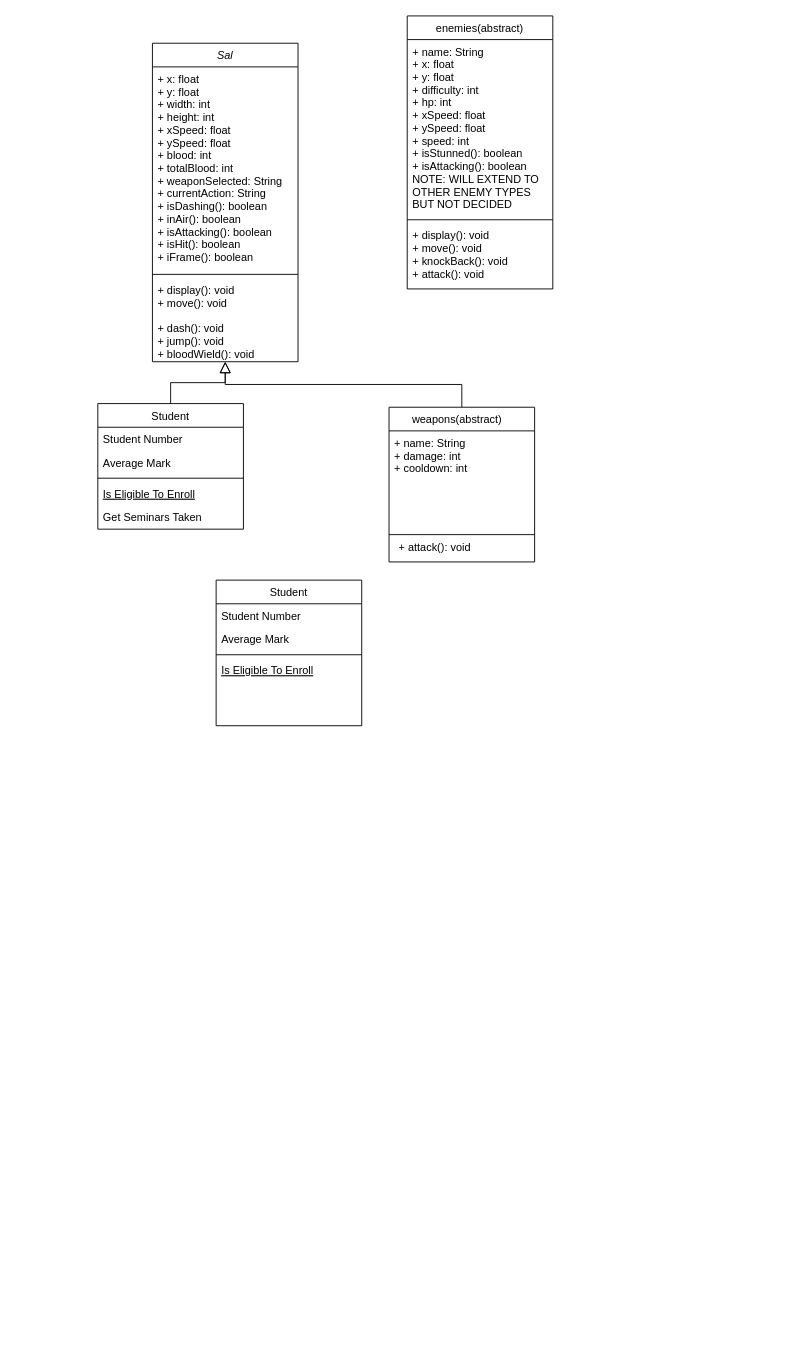
Earlier version of the draw.io diagram Untitled Diagram.drawio (fugu2000/sanguinize). Source tidied: cells renumbered, new cells numbered last; positions are measured from the earlier drawing's top-left corner, leaving out a move shared by most shapes. Both pictures are drawn from the tidied source at 91%, with x=0, y=0 at pixel (97, 15).
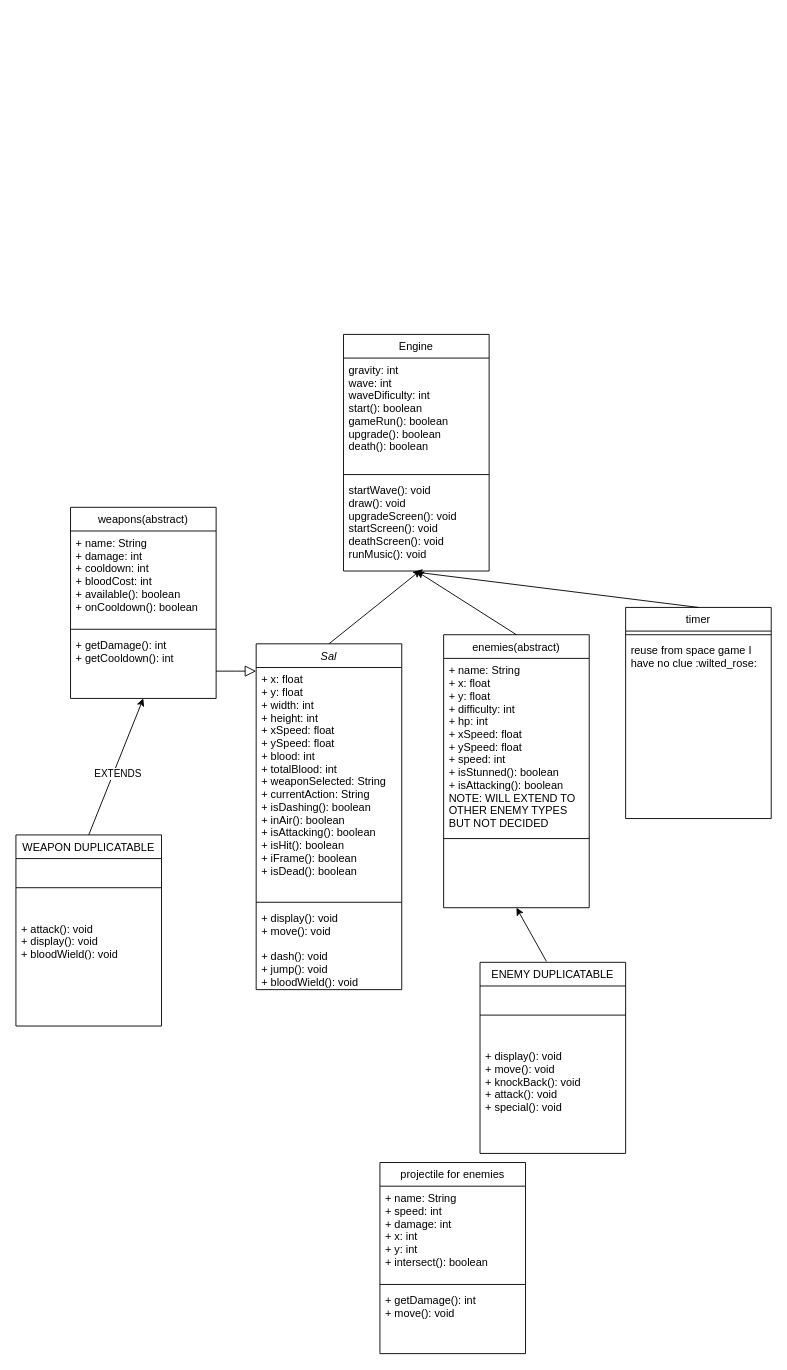
After the change.

What changed in the source:
```diff
@@
     <mxCell id="2" value="Sal" style="swimlane;fontStyle=2;align=center;verticalAlign=top;horizontal=1;startSize=26;rounded=0;shadow=0;strokeWidth=1;" parent="1" vertex="1">
-      <mxGeometry x="60" y="30" width="160" height="350" as="geometry" />
+      <mxGeometry x="174" y="690" width="160" height="380" as="geometry" />
     </mxCell>
-    <mxCell id="3" value="+ x: float&#10;+ y: float&#10;+ width: int&#10;+ height: int&#10;+ xSpeed: float&#10;+ ySpeed: float&#10;+ blood: int&#10;+ totalBlood: int&#10;+ weaponSelected: String&#10;+ currentAction: String&#10;+ isDashing(): boolean&#10;+ inAir(): boolean&#10;+ isAttacking(): boolean&#10;+ isHit(): boolean&#10;+ iFrame(): boolean&#10;&#10;" style="text;align=left;verticalAlign=top;spacingLeft=4;spacingRight=4;overflow=hidden;" parent="2" vertex="1">
-      <mxGeometry y="26" width="160" height="224" as="geometry" />
+    <mxCell id="3" value="+ x: float&#10;+ y: float&#10;+ width: int&#10;+ height: int&#10;+ xSpeed: float&#10;+ ySpeed: float&#10;+ blood: int&#10;+ totalBlood: int&#10;+ weaponSelected: String&#10;+ currentAction: String&#10;+ isDashing(): boolean&#10;+ inAir(): boolean&#10;+ isAttacking(): boolean&#10;+ isHit(): boolean&#10;+ iFrame(): boolean&#10;+ isDead(): boolean&#10;" style="text;align=left;verticalAlign=top;spacingLeft=4;spacingRight=4;overflow=hidden;" parent="2" vertex="1">
+      <mxGeometry y="26" width="160" height="254" as="geometry" />
     </mxCell>
     <mxCell id="4" style="line;html=1;strokeWidth=1;align=left;verticalAlign=middle;spacingTop=-1;spacingLeft=3;spacingRight=3;labelPosition=right;" parent="2" vertex="1">
-      <mxGeometry y="250" width="160" height="8" as="geometry" />
+      <mxGeometry y="280" width="160" height="8" as="geometry" />
     </mxCell>
     <mxCell id="5" value="+ display(): void&#10;+ move(): void&#10;&#10;+ dash(): void&#10;+ jump(): void&#10;+ bloodWield(): void" style="text;align=left;verticalAlign=top;spacingLeft=4;spacingRight=4;overflow=hidden;" parent="2" vertex="1">
-      <mxGeometry y="258" width="160" height="92" as="geometry" />
+      <mxGeometry y="288" width="160" height="92" as="geometry" />
     </mxCell>
-    <mxCell id="6" value="Student" style="swimlane;fontStyle=0;align=center;verticalAlign=top;horizontal=1;startSize=26;rounded=0;shadow=0;strokeWidth=1;" parent="1" vertex="1">
-      <mxGeometry y="426" width="160" height="138" as="geometry" />
+    <mxCell id="6" value="weapons(abstract)" style="swimlane;fontStyle=0;align=center;verticalAlign=top;horizontal=1;startSize=26;rounded=0;shadow=0;strokeWidth=1;" parent="1" vertex="1">
+      <mxGeometry x="-30" y="540" width="160" height="210" as="geometry" />
     </mxCell>
-    <mxCell id="7" value="Student Number" style="text;align=left;verticalAlign=top;spacingLeft=4;spacingRight=4;overflow=hidden;" parent="6" vertex="1">
-      <mxGeometry y="26" width="160" height="26" as="geometry" />
+    <mxCell id="7" value="+ name: String&#10;+ damage: int&#10;+ cooldown: int&#10;+ bloodCost: int&#10;+ available(): boolean&#10;+ onCooldown(): boolean" style="text;align=left;verticalAlign=top;spacingLeft=4;spacingRight=4;overflow=hidden;" parent="6" vertex="1">
+      <mxGeometry y="26" width="160" height="104" as="geometry" />
     </mxCell>
-    <mxCell id="8" value="Average Mark" style="text;align=left;verticalAlign=top;spacingLeft=4;spacingRight=4;overflow=hidden;rounded=0;shadow=0;html=0;" parent="6" vertex="1">
-      <mxGeometry y="52" width="160" height="26" as="geometry" />
-    </mxCell>
     <mxCell id="9" style="line;html=1;strokeWidth=1;align=left;verticalAlign=middle;spacingTop=-1;spacingLeft=3;spacingRight=3;labelPosition=right;" parent="6" vertex="1">
-      <mxGeometry y="78" width="160" height="8" as="geometry" />
+      <mxGeometry y="130" width="160" height="8" as="geometry" />
     </mxCell>
-    <mxCell id="10" value="Is Eligible To Enroll" style="text;align=left;verticalAlign=top;spacingLeft=4;spacingRight=4;overflow=hidden;fontStyle=4;" parent="6" vertex="1">
-      <mxGeometry y="86" width="160" height="26" as="geometry" />
+    <mxCell id="10" value="+ getDamage(): int&#10;+ getCooldown(): int&#10;" style="text;align=left;verticalAlign=top;spacingLeft=4;spacingRight=4;overflow=hidden;fontStyle=0;" parent="6" vertex="1">
+      <mxGeometry y="138" width="160" height="42" as="geometry" />
     </mxCell>
-    <mxCell id="11" value="Get Seminars Taken" style="text;align=left;verticalAlign=top;spacingLeft=4;spacingRight=4;overflow=hidden;" parent="6" vertex="1">
-      <mxGeometry y="112" width="160" height="26" as="geometry" />
-    </mxCell>
@@
-    <mxCell id="13" value="weapons(abstract)   " style="swimlane;fontStyle=0;align=center;verticalAlign=top;horizontal=1;startSize=26;rounded=0;shadow=0;strokeWidth=1;" parent="1" vertex="1">
-      <mxGeometry x="320" y="430" width="160" height="170" as="geometry" />
-    </mxCell>
-    <mxCell id="14" value="+ name: String&#10;+ damage: int&#10;+ cooldown: int&#10;" style="text;align=left;verticalAlign=top;spacingLeft=4;spacingRight=4;overflow=hidden;" parent="13" vertex="1">
-      <mxGeometry y="26" width="160" height="84" as="geometry" />
-    </mxCell>
-    <mxCell id="15" style="line;html=1;strokeWidth=1;align=left;verticalAlign=middle;spacingTop=-1;spacingLeft=3;spacingRight=3;labelPosition=right;" parent="13" vertex="1">
-      <mxGeometry y="110" width="160" height="60" as="geometry" />
-    </mxCell>
-    <mxCell id="16" style="endArrow=block;endSize=10;endFill=0;shadow=0;strokeWidth=1;rounded=0;curved=0;edgeStyle=elbowEdgeStyle;elbow=vertical;" parent="1" edge="1" source="13" target="2">
-      <mxGeometry relative="1" as="geometry" />
-    </mxCell>
     <mxCell id="17" value="enemies(abstract)" style="swimlane;fontStyle=0;align=center;verticalAlign=top;horizontal=1;startSize=26;rounded=0;shadow=0;strokeWidth=1;" parent="1" vertex="1">
-      <mxGeometry x="340" width="160" height="300" as="geometry" />
+      <mxGeometry x="380" y="680" width="160" height="300" as="geometry" />
     </mxCell>
@@
-    <mxCell id="20" value="+ display(): void&#10;+ move(): void&#10;+ knockBack(): void&#10;+ attack(): void&#10;" style="text;align=left;verticalAlign=top;spacingLeft=4;spacingRight=4;overflow=hidden;" parent="17" vertex="1">
+    <mxCell id="20" value="&#10;" style="text;align=left;verticalAlign=top;spacingLeft=4;spacingRight=4;overflow=hidden;" parent="17" vertex="1">
       <mxGeometry y="228" width="160" height="62" as="geometry" />
     </mxCell>
-    <mxCell id="21" value="Student" style="swimlane;fontStyle=0;align=center;verticalAlign=top;horizontal=1;startSize=26;rounded=0;shadow=0;strokeWidth=1;" parent="1" vertex="1">
-      <mxGeometry x="130" y="620" width="160" height="160" as="geometry" />
+    <mxCell id="21" value="Engine" style="swimlane;fontStyle=0;align=center;verticalAlign=top;horizontal=1;startSize=26;rounded=0;shadow=0;strokeWidth=1;" parent="1" vertex="1">
+      <mxGeometry x="270" y="350" width="160" height="260" as="geometry" />
     </mxCell>
-    <mxCell id="22" value="Student Number" style="text;align=left;verticalAlign=top;spacingLeft=4;spacingRight=4;overflow=hidden;" parent="21" vertex="1">
-      <mxGeometry y="26" width="160" height="26" as="geometry" />
+    <mxCell id="22" value="gravity: int&#10;wave: int&#10;waveDificulty: int&#10;start(): boolean&#10;gameRun(): boolean&#10;upgrade(): boolean&#10;death(): boolean&#10;" style="text;align=left;verticalAlign=top;spacingLeft=4;spacingRight=4;overflow=hidden;" parent="21" vertex="1">
+      <mxGeometry y="26" width="160" height="124" as="geometry" />
     </mxCell>
-    <mxCell id="23" value="Average Mark" style="text;align=left;verticalAlign=top;spacingLeft=4;spacingRight=4;overflow=hidden;rounded=0;shadow=0;html=0;" parent="21" vertex="1">
-      <mxGeometry y="52" width="160" height="26" as="geometry" />
-    </mxCell>
     <mxCell id="24" style="line;html=1;strokeWidth=1;align=left;verticalAlign=middle;spacingTop=-1;spacingLeft=3;spacingRight=3;labelPosition=right;" parent="21" vertex="1">
-      <mxGeometry y="78" width="160" height="8" as="geometry" />
+      <mxGeometry y="150" width="160" height="8" as="geometry" />
     </mxCell>
-    <mxCell id="25" value="Is Eligible To Enroll" style="text;align=left;verticalAlign=top;spacingLeft=4;spacingRight=4;overflow=hidden;points=[[0,0.5],[1,0.5]];portConstraint=eastwest;fontStyle=4;" parent="21" vertex="1">
-      <mxGeometry y="86" width="160" height="74" as="geometry" />
+    <mxCell id="25" value="startWave(): void&#10;draw(): void&#10;upgradeScreen(): void&#10;startScreen(): void&#10;deathScreen(): void&#10;runMusic(): void&#10;" style="text;align=left;verticalAlign=top;spacingLeft=4;spacingRight=4;overflow=hidden;points=[[0,0.5],[1,0.5]];portConstraint=eastwest;fontStyle=0;" parent="21" vertex="1">
+      <mxGeometry y="158" width="160" height="102" as="geometry" />
     </mxCell>
-    <mxCell id="26" value="&lt;span style=&quot;text-align: left;&quot;&gt;+ attack(): void&lt;/span&gt;" style="text;html=1;align=center;verticalAlign=middle;strokeColor=none;fillColor=none;" parent="1" vertex="1">
-      <mxGeometry x="290" y="570" width="160" height="30" as="geometry" />
-    </mxCell>
+    <mxCell id="27" value="WEAPON DUPLICATABLE" style="swimlane;fontStyle=0;align=center;verticalAlign=top;horizontal=1;startSize=26;rounded=0;shadow=0;strokeWidth=1;" parent="1" vertex="1">
+      <mxGeometry x="-90" y="900" width="160" height="210" as="geometry" />
+    </mxCell>
+    <mxCell id="28" style="line;html=1;strokeWidth=1;align=left;verticalAlign=middle;spacingTop=-1;spacingLeft=3;spacingRight=3;labelPosition=right;" parent="27" vertex="1">
+      <mxGeometry y="26" width="160" height="64" as="geometry" />
+    </mxCell>
+    <mxCell id="29" value="+ attack(): void&#10;+ display(): void&#10;+ bloodWield(): void&#10;" style="text;align=left;verticalAlign=top;spacingLeft=4;spacingRight=4;overflow=hidden;fontStyle=0;" parent="27" vertex="1">
+      <mxGeometry y="90" width="160" height="42" as="geometry" />
+    </mxCell>
+    <mxCell id="30" style="endArrow=classic;html=1;rounded=0;exitX=0.5;exitY=0;exitDx=0;exitDy=0;entryX=0.5;entryY=1;entryDx=0;entryDy=0;" parent="1" edge="1" source="27" target="6">
+      <mxGeometry relative="1" as="geometry" />
+    </mxCell>
+    <mxCell id="31" value="EXTENDS" style="edgeLabel;html=1;align=center;verticalAlign=middle;" parent="30" vertex="1">
+      <mxGeometry x="-0.08" y="-4" relative="1" as="geometry" />
+    </mxCell>
+    <mxCell id="32" value="timer" style="swimlane;fontStyle=0;align=center;verticalAlign=top;horizontal=1;startSize=26;rounded=0;shadow=0;strokeWidth=1;" parent="1" vertex="1">
+      <mxGeometry x="580" y="650" width="160" height="232" as="geometry" />
+    </mxCell>
+    <mxCell id="33" style="line;html=1;strokeWidth=1;align=left;verticalAlign=middle;spacingTop=-1;spacingLeft=3;spacingRight=3;labelPosition=right;" parent="32" vertex="1">
+      <mxGeometry y="26" width="160" height="8" as="geometry" />
+    </mxCell>
+    <mxCell id="34" value="reuse from space game I&#10;have no clue :wilted_rose:" style="text;align=left;verticalAlign=top;spacingLeft=4;spacingRight=4;overflow=hidden;" parent="32" vertex="1">
+      <mxGeometry y="34" width="160" height="124" as="geometry" />
+    </mxCell>
+    <mxCell id="35" style="endArrow=classic;html=1;rounded=0;exitX=0.5;exitY=0;exitDx=0;exitDy=0;entryX=0.488;entryY=1.01;entryDx=0;entryDy=0;entryPerimeter=0;" parent="1" edge="1" source="32" target="25">
+      <mxGeometry relative="1" as="geometry" />
+    </mxCell>
+    <mxCell id="36" style="endArrow=classic;html=1;rounded=0;entryX=0.5;entryY=1;entryDx=0;entryDy=0;entryPerimeter=0;exitX=0.5;exitY=0;exitDx=0;exitDy=0;" parent="1" edge="1" source="17" target="25">
+      <mxGeometry relative="1" as="geometry" />
+    </mxCell>
+    <mxCell id="37" style="endArrow=classic;html=1;rounded=0;entryX=0.531;entryY=0.99;entryDx=0;entryDy=0;entryPerimeter=0;exitX=0.5;exitY=0;exitDx=0;exitDy=0;" parent="1" edge="1" source="2" target="25">
+      <mxGeometry relative="1" as="geometry" />
+    </mxCell>
+    <mxCell id="38" value="ENEMY DUPLICATABLE" style="swimlane;fontStyle=0;align=center;verticalAlign=top;horizontal=1;startSize=26;rounded=0;shadow=0;strokeWidth=1;" parent="1" vertex="1">
+      <mxGeometry x="420" y="1040" width="160" height="210" as="geometry" />
+    </mxCell>
+    <mxCell id="39" style="line;html=1;strokeWidth=1;align=left;verticalAlign=middle;spacingTop=-1;spacingLeft=3;spacingRight=3;labelPosition=right;" parent="38" vertex="1">
+      <mxGeometry y="26" width="160" height="64" as="geometry" />
+    </mxCell>
+    <mxCell id="40" value="+ display(): void&#10;+ move(): void&#10;+ knockBack(): void&#10;+ attack(): void&#10;+ special(): void" style="text;align=left;verticalAlign=top;spacingLeft=4;spacingRight=4;overflow=hidden;fontStyle=0;" parent="38" vertex="1">
+      <mxGeometry y="90" width="160" height="100" as="geometry" />
+    </mxCell>
+    <mxCell id="41" style="endArrow=classic;html=1;rounded=0;entryX=0.5;entryY=1;entryDx=0;entryDy=0;exitX=0.456;exitY=-0.005;exitDx=0;exitDy=0;exitPerimeter=0;" parent="1" edge="1" source="38" target="17">
+      <mxGeometry relative="1" as="geometry" />
+    </mxCell>
+    <mxCell id="42" value="projectile for enemies" style="swimlane;fontStyle=0;align=center;verticalAlign=top;horizontal=1;startSize=26;rounded=0;shadow=0;strokeWidth=1;" parent="1" vertex="1">
+      <mxGeometry x="310" y="1260" width="160" height="210" as="geometry" />
+    </mxCell>
+    <mxCell id="43" value="+ name: String&#10;+ speed: int&#10;+ damage: int&#10;+ x: int&#10;+ y: int&#10;+ intersect(): boolean" style="text;align=left;verticalAlign=top;spacingLeft=4;spacingRight=4;overflow=hidden;" parent="42" vertex="1">
+      <mxGeometry y="26" width="160" height="104" as="geometry" />
+    </mxCell>
+    <mxCell id="44" style="line;html=1;strokeWidth=1;align=left;verticalAlign=middle;spacingTop=-1;spacingLeft=3;spacingRight=3;labelPosition=right;" parent="42" vertex="1">
+      <mxGeometry y="130" width="160" height="8" as="geometry" />
+    </mxCell>
+    <mxCell id="45" value="+ getDamage(): int&#10;+ move(): void&#10;" style="text;align=left;verticalAlign=top;spacingLeft=4;spacingRight=4;overflow=hidden;fontStyle=0;" parent="42" vertex="1">
+      <mxGeometry y="138" width="160" height="42" as="geometry" />
+    </mxCell>
```
